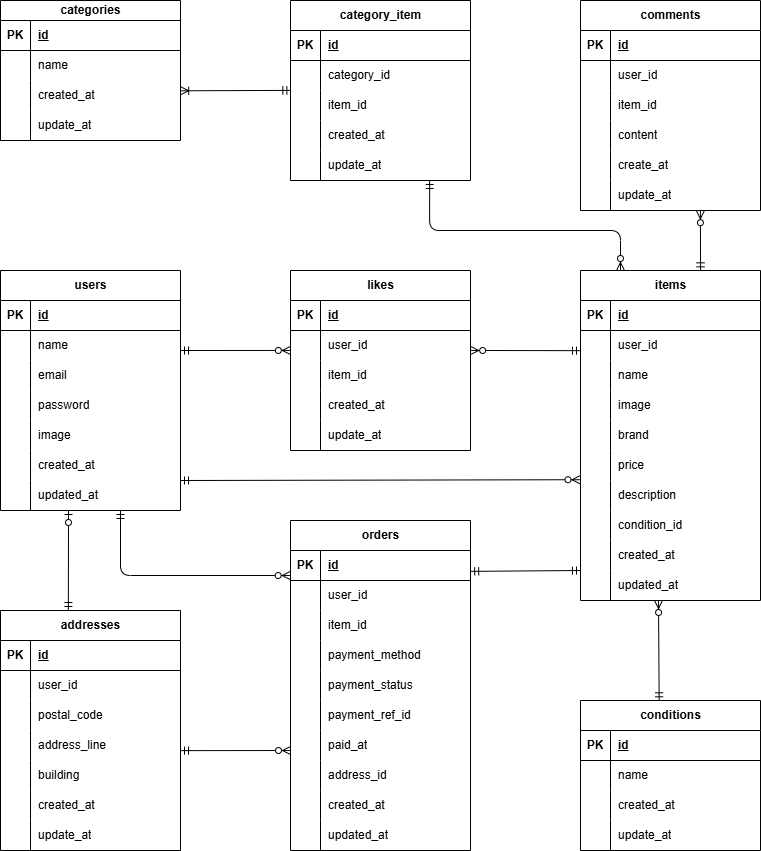
Before: test-free-market.drawio.png, a diagram exported from draw.io (miro-emu/test-free-market). Source tidied: cells renumbered, new cells last; positions are measured from the earlier drawing's top-left corner, leaving out a move shared by most shapes.
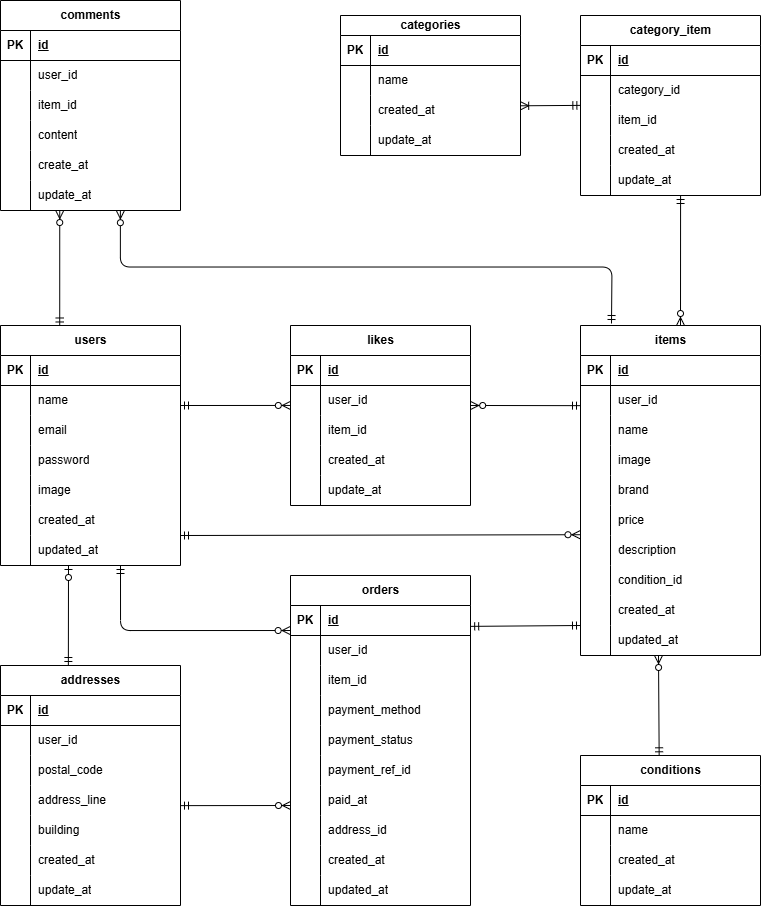
Later version of the same file.

Diff of the diagram source:
```diff
@@ -162,7 +162,7 @@
       <mxGeometry x="30" width="150" height="30" as="geometry" />
     </mxCell>
     <mxCell id="55" value="categories" style="shape=table;startSize=20;rowLines=0;fontStyle=1;align=center;html=1;" parent="1" vertex="1">
-      <mxGeometry width="180" height="140" as="geometry" />
+      <mxGeometry x="340" y="-40" width="180" height="140" as="geometry" />
     </mxCell>
     <mxCell id="56" style="shape=tableRow;horizontal=0;startSize=0;swimlaneHead=0;swimlaneBody=0;fillColor=none;top=0;left=0;right=0;bottom=1;" parent="55" vertex="1">
       <mxGeometry y="20" width="180" height="30" as="geometry" />
@@ -240,7 +240,7 @@
       <mxGeometry x="30" width="150" height="30" as="geometry" />
     </mxCell>
     <mxCell id="81" value="comments" style="shape=table;startSize=30;rowLines=0;fontStyle=1;align=center;html=1;" parent="1" vertex="1">
-      <mxGeometry x="580" width="180" height="210" as="geometry" />
+      <mxGeometry y="-55" width="180" height="210" as="geometry" />
     </mxCell>
     <mxCell id="82" style="shape=tableRow;horizontal=0;startSize=0;swimlaneHead=0;swimlaneBody=0;fillColor=none;top=0;left=0;right=0;bottom=1;" parent="81" vertex="1">
       <mxGeometry y="30" width="180" height="30" as="geometry" />
@@ -507,7 +507,7 @@
       <mxGeometry x="30" width="150" height="30" as="geometry" />
     </mxCell>
     <mxCell id="170" value="category_item" style="shape=table;startSize=30;rowLines=0;fontStyle=1;align=center;html=1;" parent="1" vertex="1">
-      <mxGeometry x="290" width="180" height="180" as="geometry" />
+      <mxGeometry x="580" y="-40" width="180" height="180" as="geometry" />
     </mxCell>
     <mxCell id="171" style="shape=tableRow;horizontal=0;startSize=0;swimlaneHead=0;swimlaneBody=0;fillColor=none;top=0;left=0;right=0;bottom=1;" parent="170" vertex="1">
       <mxGeometry y="30" width="180" height="30" as="geometry" />
@@ -596,20 +596,26 @@
         <mxPoint x="658" y="600" as="targetPoint" />
       </mxGeometry>
     </mxCell>
-    <mxCell id="194" style="fontSize=12;html=1;endArrow=ERzeroToMany;startArrow=ERmandOne;entryX=0.666;entryY=1.007;entryDx=0;entryDy=0;entryPerimeter=0;exitX=0.667;exitY=0.001;exitDx=0;exitDy=0;exitPerimeter=0;" parent="1" edge="1" source="24" target="97">
-      <mxGeometry relative="1" as="geometry" />
+    <mxCell id="194" style="fontSize=12;html=1;endArrow=ERzeroToMany;startArrow=ERmandOne;entryX=0.666;entryY=1.007;entryDx=0;entryDy=0;entryPerimeter=0;edgeStyle=orthogonalEdgeStyle;" parent="1" edge="1" target="97">
+      <mxGeometry relative="1" as="geometry">
+        <mxPoint x="611" y="268" as="sourcePoint" />
+      </mxGeometry>
     </mxCell>
-    <mxCell id="195" style="edgeStyle=orthogonalEdgeStyle;fontSize=12;html=1;endArrow=ERzeroToMany;startArrow=ERmandOne;exitX=0.773;exitY=1.001;exitDx=0;exitDy=0;exitPerimeter=0;" parent="1" edge="1" source="183">
+    <mxCell id="195" style="fontSize=12;html=1;endArrow=ERzeroToMany;startArrow=ERmandOne;exitX=0.556;exitY=1;exitDx=0;exitDy=0;exitPerimeter=0;" parent="1" edge="1" source="183">
       <mxGeometry relative="1" as="geometry">
-        <mxPoint x="620" y="270" as="targetPoint" />
-        <Array as="points">
-          <mxPoint x="429" y="230" />
-          <mxPoint x="620" y="230" />
-        </Array>
+        <mxPoint x="680" y="270" as="targetPoint" />
       </mxGeometry>
     </mxCell>
     <mxCell id="196" style="fontSize=12;html=1;endArrow=ERoneToMany;startArrow=ERmandOne;exitX=0.002;exitY=0.996;exitDx=0;exitDy=0;exitPerimeter=0;entryX=1.001;entryY=0.343;entryDx=0;entryDy=0;entryPerimeter=0;" parent="1" edge="1" source="174" target="62">
       <mxGeometry relative="1" as="geometry" />
     </mxCell>
+    <mxCell id="197" style="edgeStyle=orthogonalEdgeStyle;fontSize=12;html=1;endArrow=ERzeroToMany;startArrow=ERmandOne;exitX=0.329;exitY=0.002;exitDx=0;exitDy=0;exitPerimeter=0;" parent="1" edge="1" source="2">
+      <mxGeometry relative="1" as="geometry">
+        <mxPoint x="60" y="155" as="targetPoint" />
+        <Array as="points">
+          <mxPoint x="59" y="155" />
+        </Array>
+      </mxGeometry>
+    </mxCell>
   </root>
 </mxGraphModel>
```
